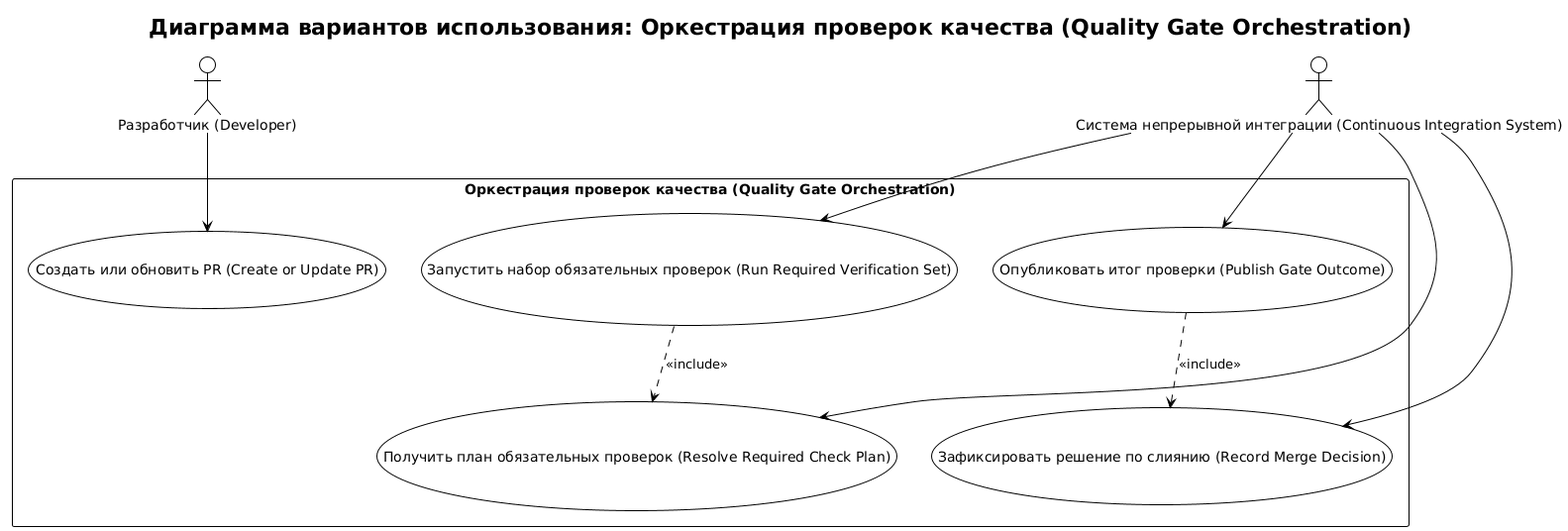
Above: docs/requirements/сценарии/quality-gate-orchestration/diagrams/quality-gate-orchestration-overview.png in Druk83/RRDCS (PlantUML), before the change. Source of this version:
```plantuml
@startuml quality-gate-orchestration-overview
!theme plain
skinparam backgroundColor #FFFFFF
title Диаграмма вариантов использования: Оркестрация проверок качества (Quality Gate Orchestration)

actor "Разработчик (Developer)" as Dev
actor "Система непрерывной интеграции (Continuous Integration System)" as CI

rectangle "Оркестрация проверок качества (Quality Gate Orchestration)" {
  usecase "Создать или обновить PR (Create or Update PR)" as UC1
  usecase "Получить план обязательных проверок (Resolve Required Check Plan)" as UC2
  usecase "Запустить набор обязательных проверок (Run Required Verification Set)" as UC3
  usecase "Зафиксировать решение по слиянию (Record Merge Decision)" as UC4
  usecase "Опубликовать итог проверки (Publish Gate Outcome)" as UC5
}

Dev --> UC1
CI --> UC2
CI --> UC3
CI --> UC4
CI --> UC5

UC3 ..> UC2 : <<include>>
UC5 ..> UC4 : <<include>>

@enduml
```
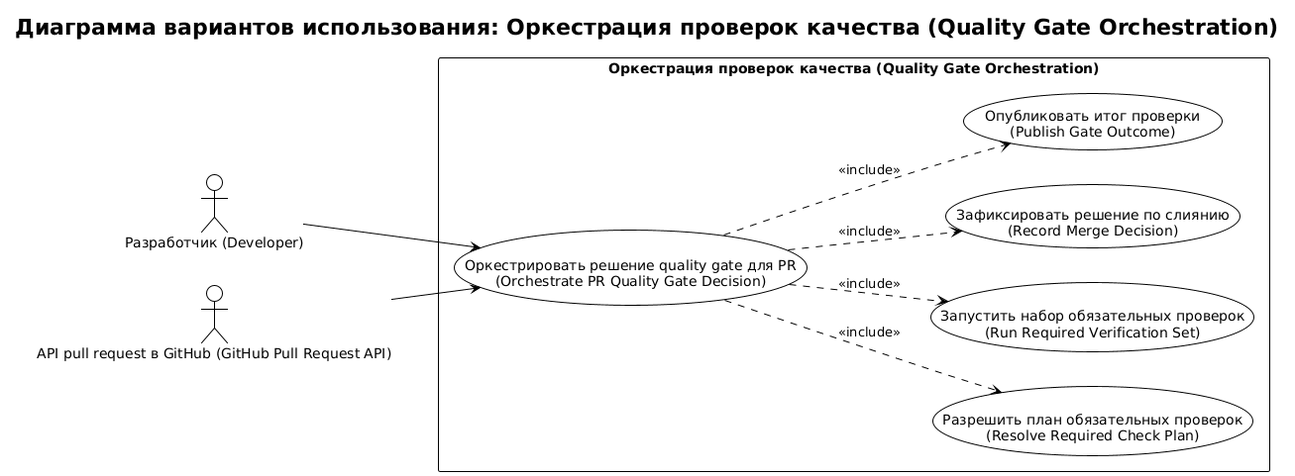
After the change.

What changed in the source:
```diff
@@ -1,26 +1,26 @@
 @startuml quality-gate-orchestration-overview
 !theme plain
 skinparam backgroundColor #FFFFFF
+left to right direction
 title Диаграмма вариантов использования: Оркестрация проверок качества (Quality Gate Orchestration)
 
 actor "Разработчик (Developer)" as Dev
-actor "Система непрерывной интеграции (Continuous Integration System)" as CI
+actor "API pull request в GitHub (GitHub Pull Request API)" as GH
 
 rectangle "Оркестрация проверок качества (Quality Gate Orchestration)" {
-  usecase "Создать или обновить PR (Create or Update PR)" as UC1
-  usecase "Получить план обязательных проверок (Resolve Required Check Plan)" as UC2
-  usecase "Запустить набор обязательных проверок (Run Required Verification Set)" as UC3
-  usecase "Зафиксировать решение по слиянию (Record Merge Decision)" as UC4
-  usecase "Опубликовать итог проверки (Publish Gate Outcome)" as UC5
+  usecase "Оркестрировать решение quality gate для PR\n(Orchestrate PR Quality Gate Decision)" as UC1
+  usecase "Разрешить план обязательных проверок\n(Resolve Required Check Plan)" as UC2
+  usecase "Запустить набор обязательных проверок\n(Run Required Verification Set)" as UC3
+  usecase "Зафиксировать решение по слиянию\n(Record Merge Decision)" as UC4
+  usecase "Опубликовать итог проверки\n(Publish Gate Outcome)" as UC5
 }
 
 Dev --> UC1
-CI --> UC2
-CI --> UC3
-CI --> UC4
-CI --> UC5
+GH --> UC1
 
-UC3 ..> UC2 : <<include>>
-UC5 ..> UC4 : <<include>>
+UC1 ..> UC2 : <<include>>
+UC1 ..> UC3 : <<include>>
+UC1 ..> UC4 : <<include>>
+UC1 ..> UC5 : <<include>>
 
 @enduml
```
